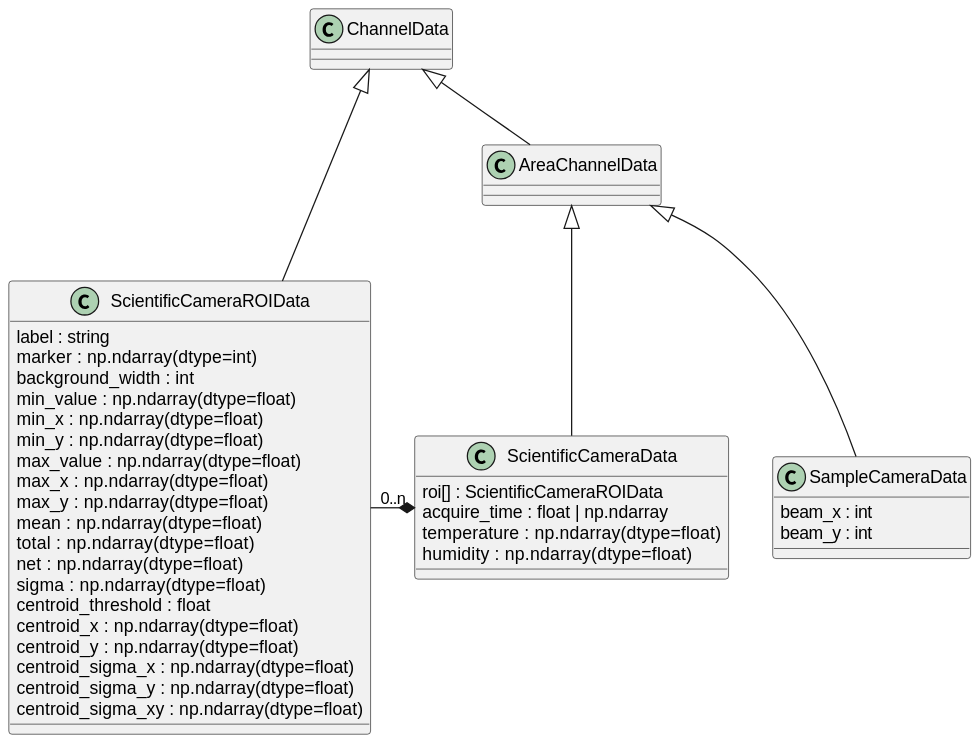
This is docs/uml/areachannel.svg from tillbiskup/evedata, a PlantUML export, as it was before one commit.
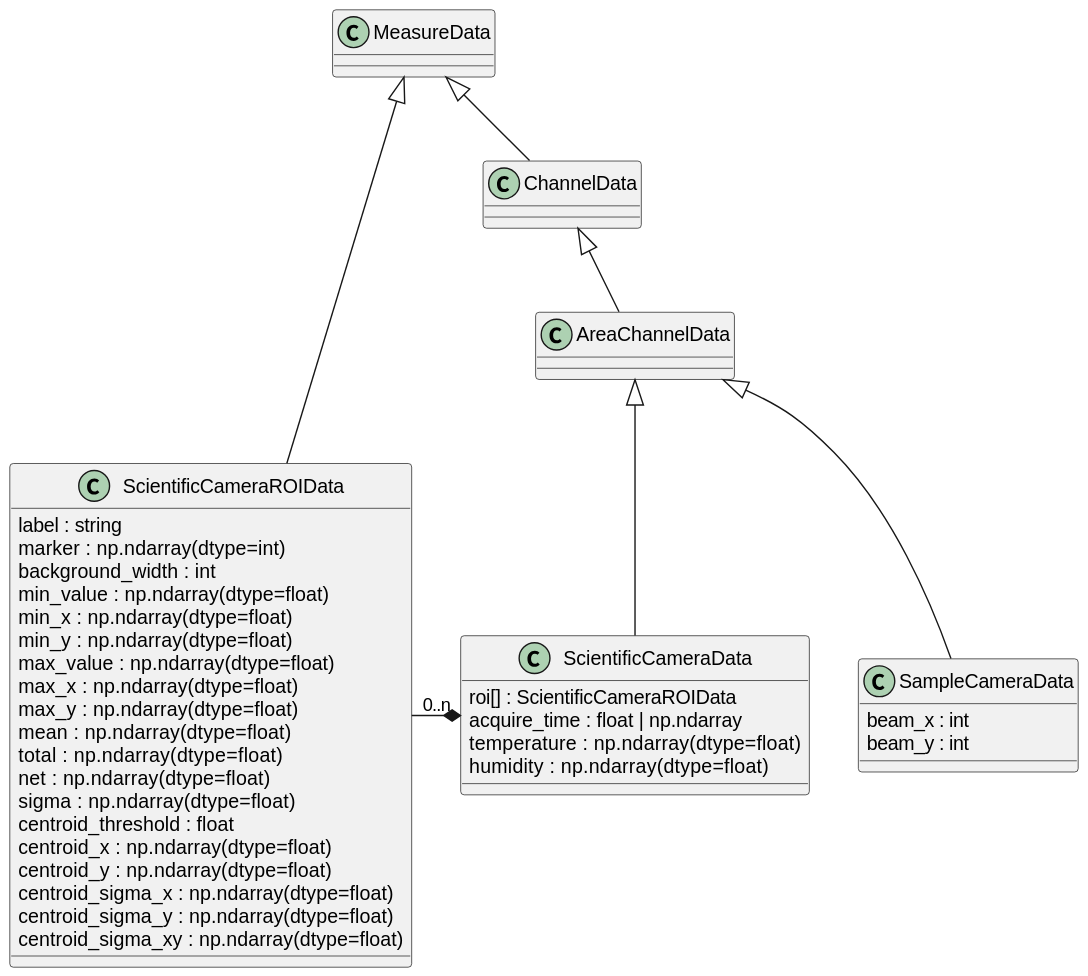
Later version of the same file.

Commit message:
ROI classes inherit from MeasureData; adjust UML; update docs

Change to the diagram source:
```diff
@@ -1,4 +1,6 @@
 @startuml
+
+class ChannelData extends MeasureData
 
 class AreaChannelData extends ChannelData
 
@@ -23,7 +25,7 @@
 ScientificCameraROIData "0..n" -* ScientificCameraData
 ScientificCameraROIData -[hidden]> ScientificCameraData
 
-class ScientificCameraROIData extends ChannelData{
+class ScientificCameraROIData extends MeasureData {
     {field} label : string
     {field} marker : np.ndarray(dtype=int)
     background_width : int
```
